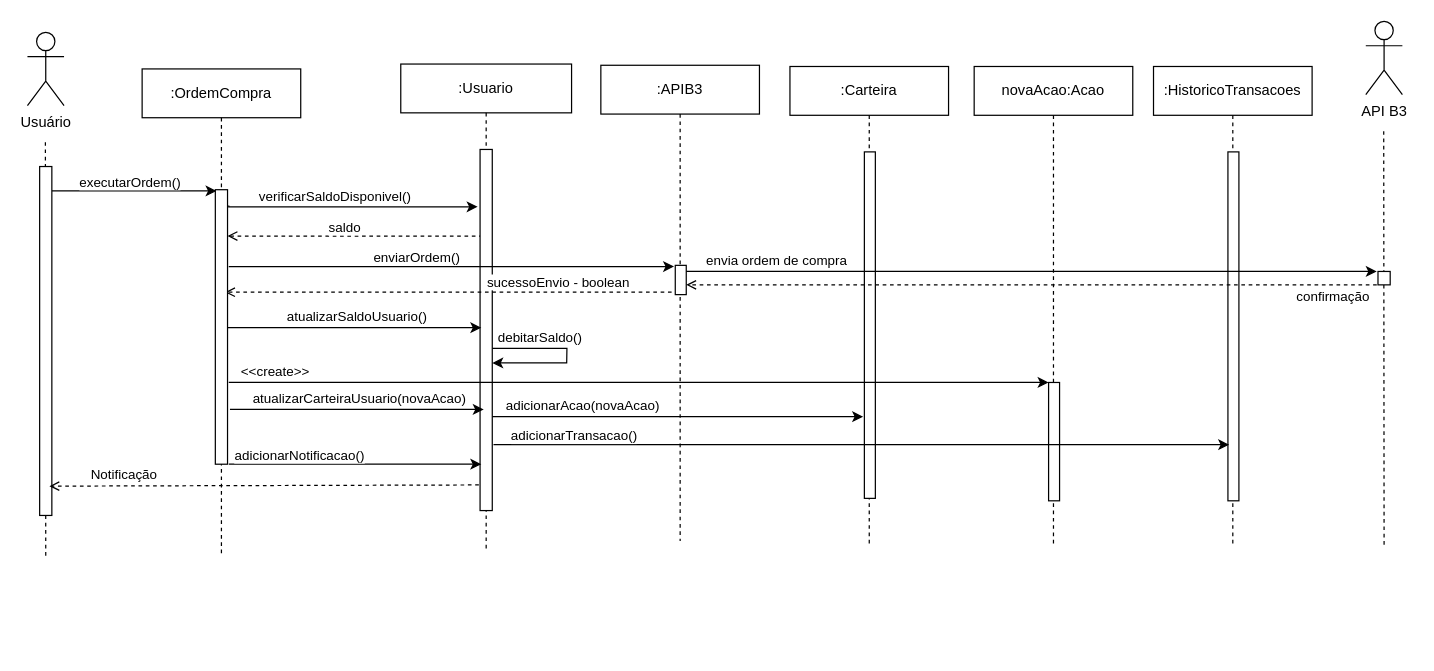
The draw.io diagram diagrama_sequencia/Diagrama_Sequencia_UC08.drawio in gb-cs-rt/home_broker, before the edit. Source tidied: cells renumbered, new cells numbered last; positions are measured from the earlier drawing's top-left corner, leaving out a move shared by most shapes. Both pictures are drawn from the tidied source at 122%, with x=0, y=0 at pixel (27, 21).
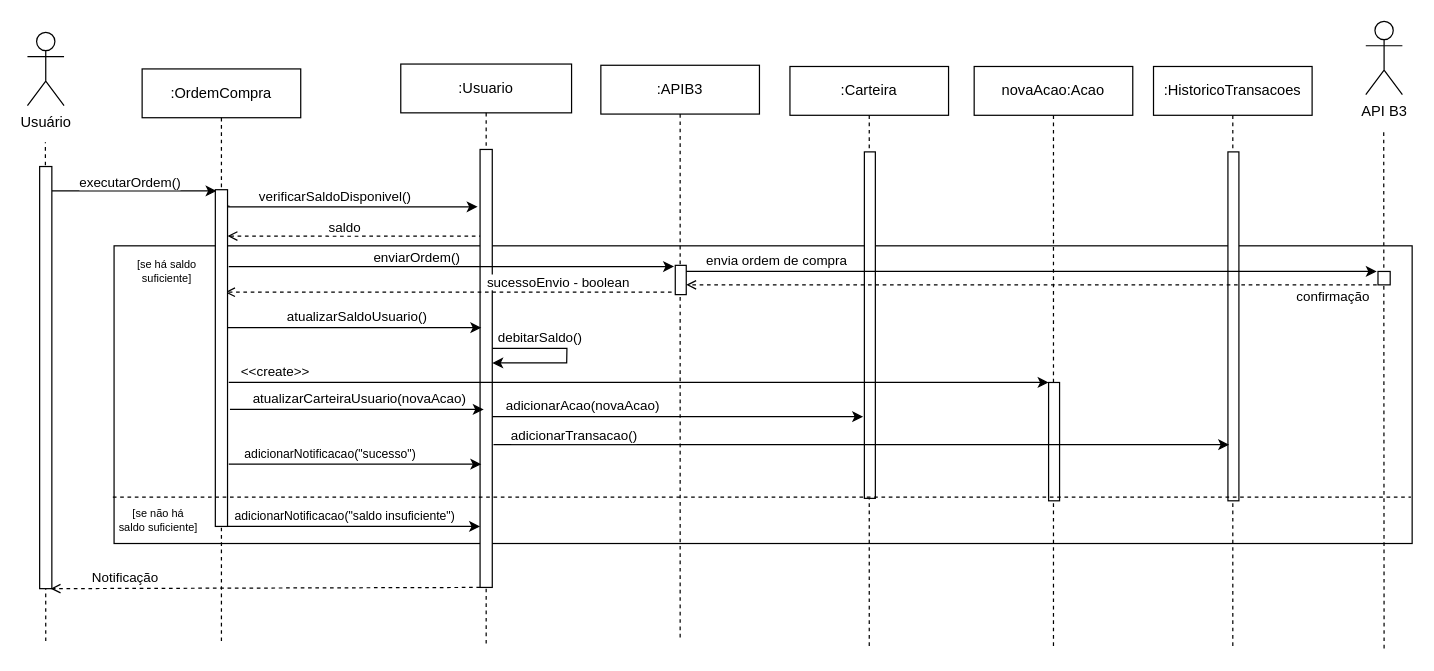
After the change.

Unchanged cells that the change refers to:
```xml
<mxCell id="41" style="endArrow=classic;html=1;rounded=0;" parent="1" edge="1">
  <mxGeometry relative="1" as="geometry">
    <mxPoint x="165" y="363" as="sourcePoint" />
    <mxPoint x="372" y="363" as="targetPoint" />
  </mxGeometry>
</mxCell>
```

The edit, as a diff of the source:
```diff
@@
+    <mxCell id="50" style="rounded=0;whiteSpace=wrap;html=1;fillColor=none;" parent="1" vertex="1">
+      <mxGeometry x="71" y="184" width="1064" height="244" as="geometry" />
+    </mxCell>
@@
     <mxCell id="3" style="endArrow=none;dashed=1;html=1;rounded=0;" parent="1" edge="1">
       <mxGeometry relative="1" as="geometry">
-        <mxPoint x="15" y="438" as="sourcePoint" />
+        <mxPoint x="15" y="508" as="sourcePoint" />
         <mxPoint x="14.7" y="99" as="targetPoint" />
       </mxGeometry>
     </mxCell>
@@
     <mxCell id="6" style="html=1;points=[[0,0,0,0,5],[0,1,0,0,-5],[1,0,0,0,5],[1,1,0,0,-5]];perimeter=orthogonalPerimeter;outlineConnect=0;targetShapes=umlLifeline;portConstraint=eastwest;newEdgeStyle={&quot;curved&quot;:0,&quot;rounded&quot;:0};" parent="1" vertex="1">
-      <mxGeometry x="10" y="119" width="10" height="286" as="geometry" />
+      <mxGeometry x="10" y="119" width="10" height="346" as="geometry" />
     </mxCell>
     <mxCell id="7" value=":Usuario" style="shape=umlLifeline;perimeter=lifelinePerimeter;whiteSpace=wrap;html=1;newEdgeStyle={&quot;curved&quot;:0,&quot;rounded&quot;:0};" parent="1" vertex="1">
-      <mxGeometry x="306" y="35" width="140" height="397" as="geometry" />
+      <mxGeometry x="306" y="35" width="140" height="477" as="geometry" />
     </mxCell>
     <mxCell id="8" style="html=1;points=[[0,0,0,0,5],[0,1,0,0,-5],[1,0,0,0,5],[1,1,0,0,-5]];perimeter=orthogonalPerimeter;outlineConnect=0;targetShapes=umlLifeline;portConstraint=eastwest;newEdgeStyle={&quot;curved&quot;:0,&quot;rounded&quot;:0};" parent="7" vertex="1">
-      <mxGeometry x="65" y="70" width="10" height="296" as="geometry" />
+      <mxGeometry x="65" y="70" width="10" height="359" as="geometry" />
     </mxCell>
     <mxCell id="9" value=":APIB3" style="shape=umlLifeline;perimeter=lifelinePerimeter;whiteSpace=wrap;html=1;newEdgeStyle={&quot;curved&quot;:0,&quot;rounded&quot;:0};" parent="1" vertex="1">
-      <mxGeometry x="470" y="36" width="130" height="390" as="geometry" />
+      <mxGeometry x="470" y="36" width="130" height="472" as="geometry" />
     </mxCell>
@@
-    <mxCell id="15" style="edgeStyle=none;jettySize=auto;html=1;rounded=0;dashed=1;startArrow=none;startFill=0;endArrow=open;endFill=0;entryX=0.8;entryY=0.916;entryDx=0;entryDy=0;entryPerimeter=0;" parent="1" edge="1" target="6">
+    <mxCell id="15" style="edgeStyle=none;orthogonalLoop=1;jettySize=auto;html=1;rounded=0;dashed=1;startArrow=none;startFill=0;endArrow=open;endFill=0;entryX=0.8;entryY=0.916;entryDx=0;entryDy=0;entryPerimeter=0;" parent="1" edge="1">
       <mxGeometry relative="1" as="geometry">
-        <mxPoint x="370" y="380" as="sourcePoint" />
+        <mxPoint x="371" y="464" as="sourcePoint" />
+        <mxPoint x="19" y="465" as="targetPoint" />
       </mxGeometry>
     </mxCell>
@@
     <mxCell id="17" value=":OrdemCompra" style="shape=umlLifeline;perimeter=lifelinePerimeter;whiteSpace=wrap;html=1;newEdgeStyle={&quot;curved&quot;:0,&quot;rounded&quot;:0};" parent="1" vertex="1">
-      <mxGeometry x="94" y="39" width="130" height="397" as="geometry" />
+      <mxGeometry x="94" y="39" width="130" height="469" as="geometry" />
     </mxCell>
     <mxCell id="18" style="html=1;perimeter=orthogonalPerimeter;targetShapes=umlLifeline;newEdgeStyle={&quot;curved&quot;:0,&quot;rounded&quot;:0};" parent="17" vertex="1">
-      <mxGeometry x="60" y="99" width="10" height="225" as="geometry" />
+      <mxGeometry x="60" y="99" width="10" height="276" as="geometry" />
     </mxCell>
@@
     <mxCell id="29" value=":Carteira" style="shape=umlLifeline;perimeter=lifelinePerimeter;whiteSpace=wrap;html=1;newEdgeStyle={&quot;curved&quot;:0,&quot;rounded&quot;:0};" parent="1" vertex="1">
-      <mxGeometry x="625" y="37" width="130" height="391" as="geometry" />
+      <mxGeometry x="625" y="37" width="130" height="478" as="geometry" />
     </mxCell>
@@
     <mxCell id="31" value="novaAcao:Acao" style="shape=umlLifeline;perimeter=lifelinePerimeter;whiteSpace=wrap;html=1;newEdgeStyle={&quot;curved&quot;:0,&quot;rounded&quot;:0};" parent="1" vertex="1">
-      <mxGeometry x="776" y="37" width="130" height="393" as="geometry" />
+      <mxGeometry x="776" y="37" width="130" height="478" as="geometry" />
     </mxCell>
@@
     <mxCell id="37" value=":HistoricoTransacoes" style="shape=umlLifeline;perimeter=lifelinePerimeter;whiteSpace=wrap;html=1;newEdgeStyle={&quot;curved&quot;:0,&quot;rounded&quot;:0};" parent="1" vertex="1">
-      <mxGeometry x="923" y="37" width="130" height="393" as="geometry" />
+      <mxGeometry x="923" y="37" width="130" height="478" as="geometry" />
     </mxCell>
@@
-    <mxCell id="42" value="adicionarNotificacao()" style="edgeLabel;html=1;align=center;verticalAlign=middle;" parent="41" vertex="1">
+    <mxCell id="42" value="adicionarNotificacao(&quot;sucesso&quot;)" style="edgeLabel;html=1;align=center;verticalAlign=middle;fontSize=10;" parent="41" vertex="1">
       <mxGeometry x="0.33" y="-2" relative="1" as="geometry">
-        <mxPoint x="-81" y="-10" as="offset" />
+        <mxPoint x="-56" y="-12" as="offset" />
       </mxGeometry>
     </mxCell>
@@
     <mxCell id="44" style="endArrow=none;dashed=1;html=1;rounded=0;" parent="1" edge="1">
       <mxGeometry relative="1" as="geometry">
-        <mxPoint x="1112" y="429" as="sourcePoint" />
+        <mxPoint x="1112" y="514" as="sourcePoint" />
         <mxPoint x="1111.7" y="90" as="targetPoint" />
       </mxGeometry>
     </mxCell>
@@
+    <mxCell id="51" value="[se há saldo&lt;div&gt;suficiente]&lt;/div&gt;" style="text;html=1;align=center;verticalAlign=middle;strokeColor=none;fillColor=none;fontSize=9;" parent="1" vertex="1">
+      <mxGeometry x="80" y="188" width="67" height="34" as="geometry" />
+    </mxCell>
+    <mxCell id="52" value="[se não há&lt;div&gt;saldo suficiente]&lt;/div&gt;" style="text;html=1;align=center;verticalAlign=middle;strokeColor=none;fillColor=none;fontSize=9;" parent="1" vertex="1">
+      <mxGeometry x="65" y="392" width="83" height="34" as="geometry" />
+    </mxCell>
+    <mxCell id="53" value="adicionarNotificacao(&quot;saldo insuficiente&quot;)" style="edgeLabel;html=1;align=center;verticalAlign=middle;fontSize=10;" parent="1" vertex="1">
+      <mxGeometry x="259" y="404" as="geometry" />
+    </mxCell>
+    <mxCell id="54" style="endArrow=none;dashed=1;html=1;rounded=0;" parent="1" edge="1">
+      <mxGeometry relative="1" as="geometry">
+        <mxPoint x="70" y="390" as="sourcePoint" />
+        <mxPoint x="1134" y="390" as="targetPoint" />
+      </mxGeometry>
+    </mxCell>
+    <mxCell id="55" style="endArrow=classic;html=1;rounded=0;" parent="1" edge="1">
+      <mxGeometry relative="1" as="geometry">
+        <mxPoint x="164" y="414" as="sourcePoint" />
+        <mxPoint x="371" y="414" as="targetPoint" />
+      </mxGeometry>
+    </mxCell>
```
